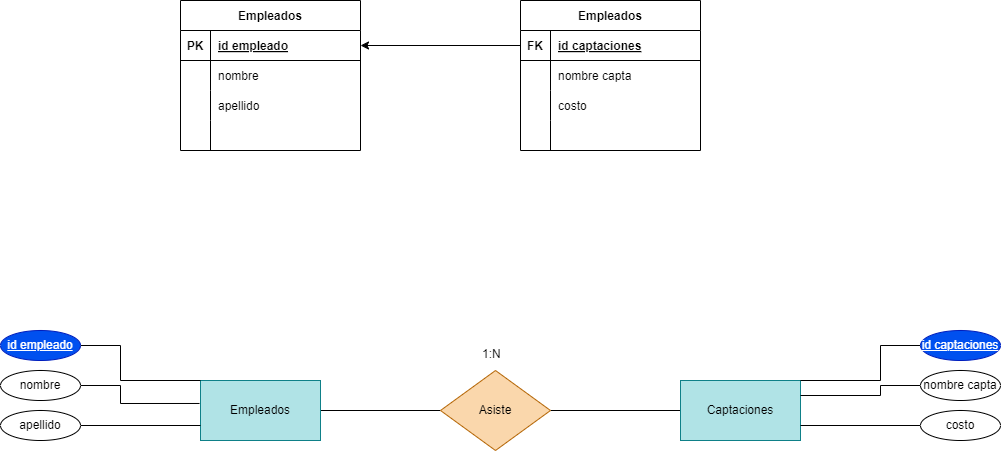
This is Tareas/Unidad2/ejercicio2.9.drawio.png from WhiteCascade/BAE, a draw.io export, as it was before one commit. Source tidied: cells renumbered, new cells last; positions are measured from the earlier drawing's top-left corner, leaving out a move shared by most shapes.
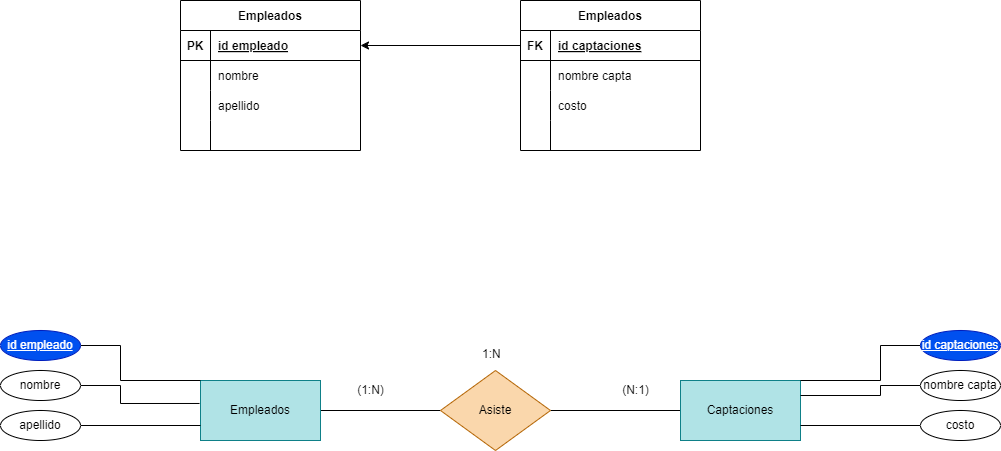
Above is the later version.

The edit, as a diff of the source:
```diff
@@ -159,5 +159,11 @@
     <mxCell id="46" style="shape=partialRectangle;fillColor=none;top=0;left=0;bottom=0;right=0;align=left;spacingLeft=6;overflow=hidden;" parent="44" vertex="1">
       <mxGeometry x="30" width="150" height="30" as="geometry" />
     </mxCell>
+    <mxCell id="47" value="(1:N)" style="text;html=1;align=center;verticalAlign=middle;strokeColor=none;fillColor=none;" parent="1" vertex="1">
+      <mxGeometry x="345" y="375" width="50" height="30" as="geometry" />
+    </mxCell>
+    <mxCell id="48" value="(N:1)" style="text;html=1;align=center;verticalAlign=middle;strokeColor=none;fillColor=none;" parent="1" vertex="1">
+      <mxGeometry x="610" y="375" width="50" height="30" as="geometry" />
+    </mxCell>
   </root>
 </mxGraphModel>
```
